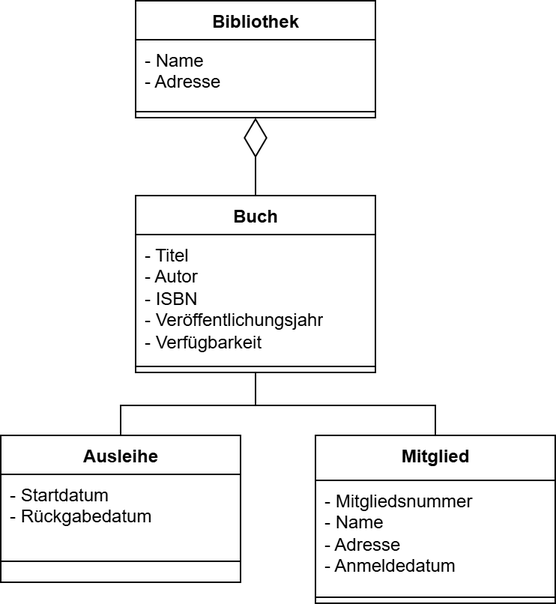
Earlier version of the draw.io export Aufgabe_1_Klassendiagramm_Bibliotheksverwaltungssystem/Bibliotheksverwaltungssystem.png (natahariharinata-eng/UML_DIAGRAMME-9-). Source tidied: cells renumbered, new cells last; positions are measured from the earlier drawing's top-left corner, leaving out a move shared by most shapes.
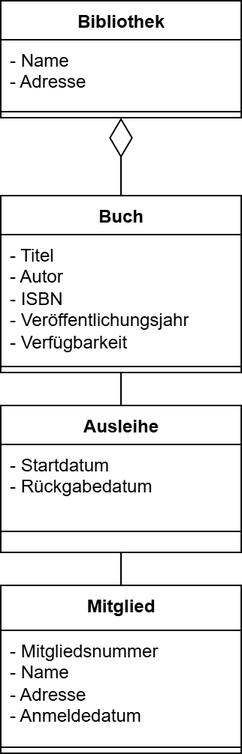
Later version of the same file.

Commit message:
Aufgabe_1_Klassendiagramm_Bibliothekverwaltungssystem fertig

Change to the diagram source:
```diff
@@ -21,7 +21,7 @@
       <mxGeometry y="70" width="160" height="8" as="geometry" />
     </mxCell>
     <mxCell id="8" value="Mitglied" style="swimlane;fontStyle=1;align=center;verticalAlign=top;horizontal=1;startSize=30;whiteSpace=wrap;html=1;" parent="1" vertex="1">
-      <mxGeometry x="210" y="290" width="160" height="112" as="geometry" />
+      <mxGeometry x="90" y="390" width="160" height="112" as="geometry" />
     </mxCell>
     <mxCell id="9" value="- Mitgliedsnummer&lt;div&gt;- Name&lt;/div&gt;&lt;div&gt;- Adresse&lt;/div&gt;&lt;div&gt;- Anmeldedatum&lt;/div&gt;&lt;div&gt;&lt;br&gt;&lt;/div&gt;" style="text;strokeColor=none;fillColor=none;align=left;verticalAlign=top;spacingLeft=4;spacingRight=4;overflow=hidden;whiteSpace=wrap;html=1;" parent="8" vertex="1">
       <mxGeometry y="30" width="160" height="74" as="geometry" />
@@ -30,7 +30,7 @@
       <mxGeometry y="104" width="160" height="8" as="geometry" />
     </mxCell>
     <mxCell id="11" value="Ausleihe" style="swimlane;fontStyle=1;align=center;verticalAlign=top;horizontal=1;startSize=26;whiteSpace=wrap;html=1;" parent="1" vertex="1">
-      <mxGeometry y="290" width="160" height="98" as="geometry" />
+      <mxGeometry x="90" y="270" width="160" height="98" as="geometry" />
     </mxCell>
     <mxCell id="12" value="- Startdatum&lt;div&gt;- Rückgabedatum&lt;/div&gt;" style="text;strokeColor=none;fillColor=none;align=left;verticalAlign=top;spacingLeft=4;spacingRight=4;overflow=hidden;whiteSpace=wrap;html=1;" parent="11" vertex="1">
       <mxGeometry y="26" width="160" height="44" as="geometry" />
@@ -38,24 +38,14 @@
     <mxCell id="13" style="line;strokeWidth=1;fillColor=none;align=left;verticalAlign=middle;spacingTop=-1;spacingLeft=3;spacingRight=3;labelPosition=right;strokeColor=inherit;" parent="11" vertex="1">
       <mxGeometry y="70" width="160" height="28" as="geometry" />
     </mxCell>
-    <mxCell id="14" style="endArrow=none;html=1;rounded=0;exitX=0.5;exitY=1;exitDx=0;exitDy=0;entryX=0.5;entryY=0;entryDx=0;entryDy=0;" parent="1" edge="1" source="2" target="11">
-      <mxGeometry relative="1" as="geometry">
-        <Array as="points">
-          <mxPoint x="170" y="270" />
-          <mxPoint x="80" y="270" />
-        </Array>
-      </mxGeometry>
-    </mxCell>
-    <mxCell id="15" style="endArrow=none;html=1;rounded=0;entryX=0.5;entryY=1;entryDx=0;entryDy=0;exitX=0.5;exitY=0;exitDx=0;exitDy=0;" parent="1" edge="1" source="8" target="2">
-      <mxGeometry relative="1" as="geometry">
-        <Array as="points">
-          <mxPoint x="290" y="270" />
-          <mxPoint x="170" y="270" />
-        </Array>
-      </mxGeometry>
-    </mxCell>
     <mxCell id="16" style="endArrow=diamondThin;endFill=0;endSize=24;html=1;rounded=0;exitX=0.5;exitY=0;exitDx=0;exitDy=0;entryX=0.5;entryY=1;entryDx=0;entryDy=0;" parent="1" edge="1" source="2" target="5">
       <mxGeometry relative="1" as="geometry" />
     </mxCell>
+    <mxCell id="17" style="endArrow=none;html=1;rounded=0;exitX=0.5;exitY=0;exitDx=0;exitDy=0;entryX=0.5;entryY=1;entryDx=0;entryDy=0;" parent="1" edge="1" source="11" target="2">
+      <mxGeometry relative="1" as="geometry" />
+    </mxCell>
+    <mxCell id="18" style="endArrow=none;html=1;rounded=0;entryX=0.5;entryY=1;entryDx=0;entryDy=0;exitX=0.5;exitY=0;exitDx=0;exitDy=0;" parent="1" edge="1" source="8" target="11">
+      <mxGeometry relative="1" as="geometry" />
+    </mxCell>
   </root>
 </mxGraphModel>
```
